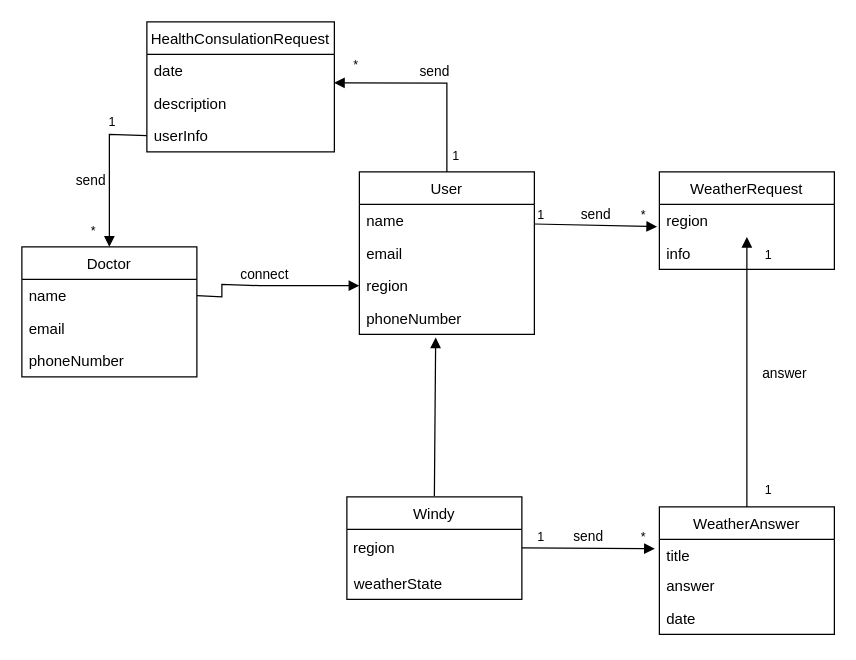
This is 2-SoftwareDesign/2.1-UMLConceptClasses/UML-ConceptClasses.drawio from oleksandrblazhko/ai-211-kanarskij, a draw.io file, before an edit. Source tidied: cells renumbered, new cells numbered last; positions are measured from the earlier drawing's top-left corner, leaving out a move shared by most shapes. Both pictures are drawn from the tidied source at 125%, with x=0, y=0 at pixel (21, 21).
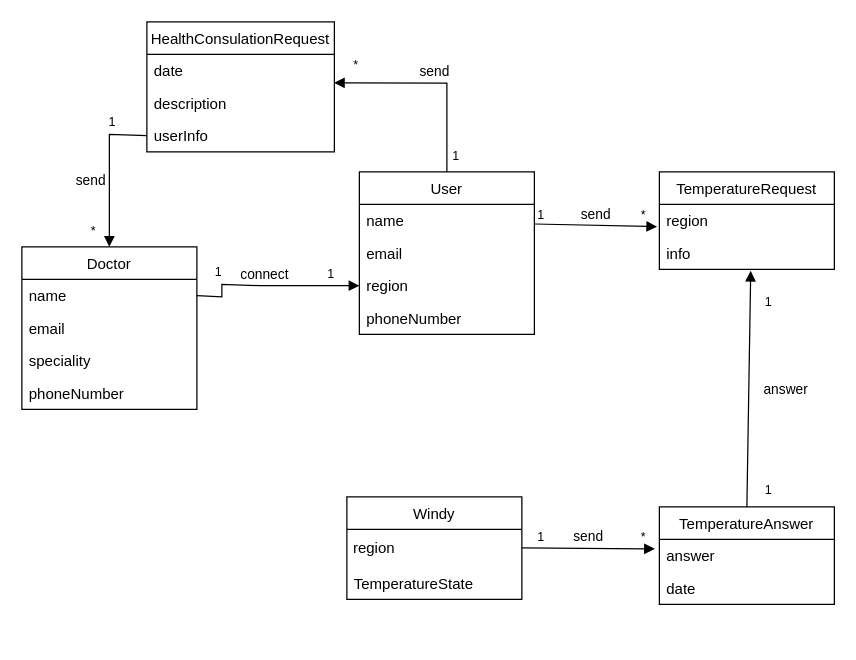
The same diagram, later.

The change refers to these unchanged cells:
```xml
<mxCell id="6" value="phoneNumber" style="text;strokeColor=none;fillColor=none;align=left;verticalAlign=top;spacingLeft=4;spacingRight=4;overflow=hidden;points=[[0,0.5],[1,0.5]];portConstraint=eastwest;" parent="2" vertex="1">
  <mxGeometry y="104" width="140" height="26" as="geometry" />
</mxCell>
<mxCell id="8" value="region" style="text;strokeColor=none;fillColor=none;align=left;verticalAlign=top;spacingLeft=4;spacingRight=4;overflow=hidden;points=[[0,0.5],[1,0.5]];portConstraint=eastwest;" parent="7" vertex="1">
  <mxGeometry y="26" width="140" height="26" as="geometry" />
</mxCell>
<mxCell id="9" value="info" style="text;strokeColor=none;fillColor=none;align=left;verticalAlign=top;spacingLeft=4;spacingRight=4;overflow=hidden;points=[[0,0.5],[1,0.5]];portConstraint=eastwest;" parent="7" vertex="1">
  <mxGeometry y="52" width="140" height="26" as="geometry" />
</mxCell>
<mxCell id="14" value="Windy" style="swimlane;fontStyle=0;horizontal=1;startSize=26;fillColor=none;" parent="1" vertex="1">
  <mxGeometry x="260" y="380" width="140" height="82" as="geometry" />
</mxCell>
```

Diff of the diagram source:
```diff
@@
-    <mxCell id="7" value="WeatherRequest" style="swimlane;fontStyle=0;horizontal=1;startSize=26;fillColor=none;" parent="1" vertex="1">
+    <mxCell id="7" value="TemperatureRequest" style="swimlane;fontStyle=0;horizontal=1;startSize=26;fillColor=none;" parent="1" vertex="1">
       <mxGeometry x="510" y="120" width="140" height="78" as="geometry" />
     </mxCell>
@@
-    <mxCell id="10" value="WeatherAnswer" style="swimlane;fontStyle=0;horizontal=1;startSize=26;fillColor=none;" parent="1" vertex="1">
-      <mxGeometry x="510" y="388" width="140" height="102" as="geometry" />
+    <mxCell id="10" value="TemperatureAnswer" style="swimlane;fontStyle=0;horizontal=1;startSize=26;fillColor=none;" parent="1" vertex="1">
+      <mxGeometry x="510" y="388" width="140" height="78" as="geometry" />
     </mxCell>
-    <mxCell id="11" value="title" style="text;strokeColor=none;fillColor=none;align=left;verticalAlign=top;spacingLeft=4;spacingRight=4;overflow=hidden;points=[[0,0.5],[1,0.5]];portConstraint=eastwest;" parent="10" vertex="1">
-      <mxGeometry y="26" width="140" height="24" as="geometry" />
-    </mxCell>
     <mxCell id="12" value="answer" style="text;strokeColor=none;fillColor=none;align=left;verticalAlign=top;spacingLeft=4;spacingRight=4;overflow=hidden;" parent="10" vertex="1">
-      <mxGeometry y="50" width="140" height="26" as="geometry" />
+      <mxGeometry y="26" width="140" height="26" as="geometry" />
     </mxCell>
     <mxCell id="13" value="date" style="text;strokeColor=none;fillColor=none;align=left;verticalAlign=top;spacingLeft=4;spacingRight=4;overflow=hidden;" parent="10" vertex="1">
-      <mxGeometry y="76" width="140" height="26" as="geometry" />
+      <mxGeometry y="52" width="140" height="26" as="geometry" />
     </mxCell>
@@
-    <mxCell id="16" value="weatherState" style="text;strokeColor=none;fillColor=none;align=left;verticalAlign=top;spacingLeft=4;spacingRight=4;overflow=hidden;" parent="14" vertex="1">
+    <mxCell id="16" value="TemperatureState" style="text;strokeColor=none;fillColor=none;align=left;verticalAlign=top;spacingLeft=4;spacingRight=4;overflow=hidden;" parent="14" vertex="1">
       <mxGeometry y="56" width="140" height="26" as="geometry" />
     </mxCell>
@@
     <mxCell id="21" value="Doctor" style="swimlane;fontStyle=0;horizontal=1;startSize=26;fillColor=none;" parent="1" vertex="1">
-      <mxGeometry y="180" width="140" height="104" as="geometry" />
+      <mxGeometry y="180" width="140" height="130" as="geometry" />
     </mxCell>
@@
-    <mxCell id="24" value="phoneNumber" style="text;strokeColor=none;fillColor=none;align=left;verticalAlign=top;spacingLeft=4;spacingRight=4;overflow=hidden;" parent="21" vertex="1">
+    <mxCell id="24" value="speciality" style="text;strokeColor=none;fillColor=none;align=left;verticalAlign=top;spacingLeft=4;spacingRight=4;overflow=hidden;" parent="21" vertex="1">
       <mxGeometry y="78" width="140" height="26" as="geometry" />
     </mxCell>
-    <mxCell id="25" style="html=1;verticalAlign=bottom;endArrow=block;curved=0;rounded=0;entryX=0.436;entryY=1.093;entryDx=0;entryDy=0;entryPerimeter=0;" parent="1" edge="1" target="6">
-      <mxGeometry x="-0.09" y="-29" relative="1" as="geometry">
-        <mxPoint x="330" y="379.4" as="sourcePoint" />
-      </mxGeometry>
-    </mxCell>
+    <mxCell id="42" value="phoneNumber" style="text;strokeColor=none;fillColor=none;align=left;verticalAlign=top;spacingLeft=4;spacingRight=4;overflow=hidden;" parent="21" vertex="1">
+      <mxGeometry y="104" width="140" height="26" as="geometry" />
+    </mxCell>
-    <mxCell id="26" value="send" style="html=1;verticalAlign=bottom;endArrow=block;curved=0;rounded=0;entryX=-0.026;entryY=0.315;entryDx=0;entryDy=0;entryPerimeter=0;" parent="1" edge="1" target="11">
+    <mxCell id="26" value="send" style="html=1;verticalAlign=bottom;endArrow=block;curved=0;rounded=0;entryX=-0.026;entryY=0.315;entryDx=0;entryDy=0;entryPerimeter=0;" parent="1" edge="1">
       <mxGeometry relative="1" as="geometry">
         <mxPoint x="400" y="420.7" as="sourcePoint" />
+        <mxPoint x="506.4" y="421.6" as="targetPoint" />
       </mxGeometry>
     </mxCell>
-    <mxCell id="27" value="answer" style="html=1;verticalAlign=bottom;endArrow=block;curved=0;rounded=0;exitX=0.5;exitY=0;exitDx=0;exitDy=0;" parent="1" edge="1" source="10" target="8">
+    <mxCell id="27" value="answer" style="html=1;verticalAlign=bottom;endArrow=block;curved=0;rounded=0;exitX=0.5;exitY=0;exitDx=0;exitDy=0;entryX=0.522;entryY=1.046;entryDx=0;entryDy=0;entryPerimeter=0;" parent="1" edge="1" source="10" target="9">
       <mxGeometry x="-0.09" y="-30" relative="1" as="geometry" />
     </mxCell>
@@
     <mxCell id="36" value="&lt;font style=&quot;font-size: 10px;&quot;&gt;1&lt;/font&gt;" style="text;html=1;strokeColor=none;fillColor=none;align=center;verticalAlign=middle;whiteSpace=wrap;rounded=0;" parent="1" vertex="1">
-      <mxGeometry x="570" y="172" width="55" height="27" as="geometry" />
+      <mxGeometry x="570" y="210" width="55" height="27" as="geometry" />
     </mxCell>
@@
+    <mxCell id="43" value="&lt;font style=&quot;font-size: 10px;&quot;&gt;1&lt;/font&gt;" style="text;html=1;strokeColor=none;fillColor=none;align=center;verticalAlign=middle;whiteSpace=wrap;rounded=0;" parent="1" vertex="1">
+      <mxGeometry x="130" y="186" width="55" height="27" as="geometry" />
+    </mxCell>
+    <mxCell id="44" value="&lt;font style=&quot;font-size: 10px;&quot;&gt;1&lt;/font&gt;" style="text;html=1;strokeColor=none;fillColor=none;align=center;verticalAlign=middle;whiteSpace=wrap;rounded=0;" parent="1" vertex="1">
+      <mxGeometry x="220" y="187" width="55" height="27" as="geometry" />
+    </mxCell>
```
